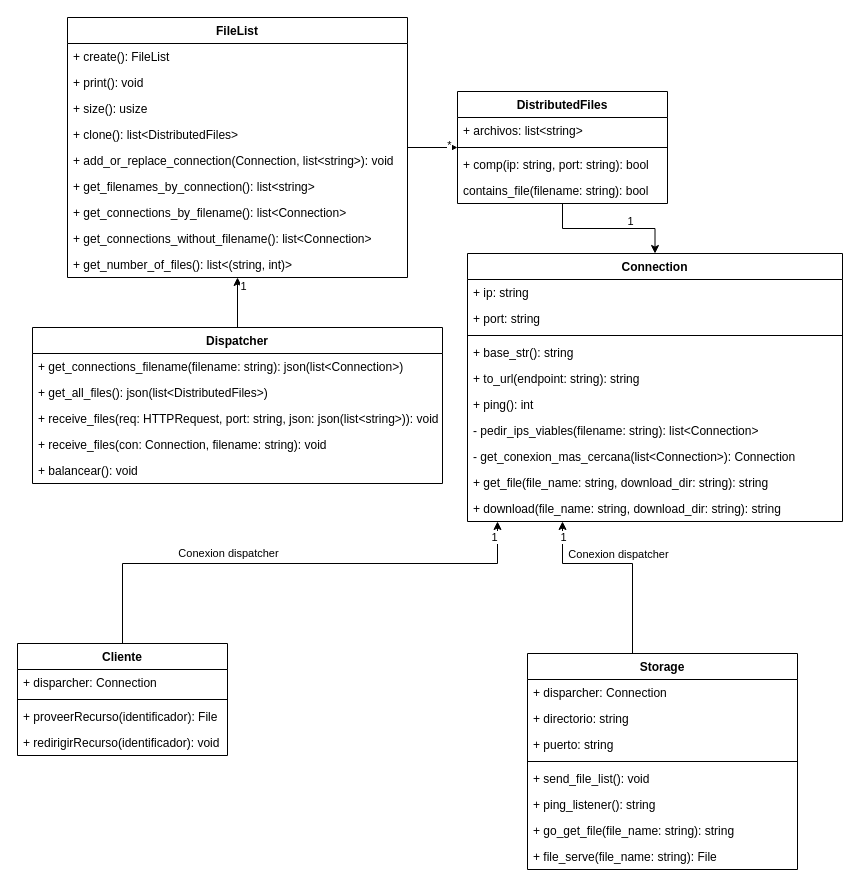
dhasane/gestor-informacion keeps this draw.io diagram as page "clases" (2 of 3) of diagramas/diagramas.drawio. Above is the earlier version. Source tidied: cells renumbered, new cells numbered last; positions are measured from the earlier drawing's top-left corner, leaving out a move shared by most shapes. Both pictures are drawn from the tidied source at 100%, with x=0, y=0 at pixel (17, 17).
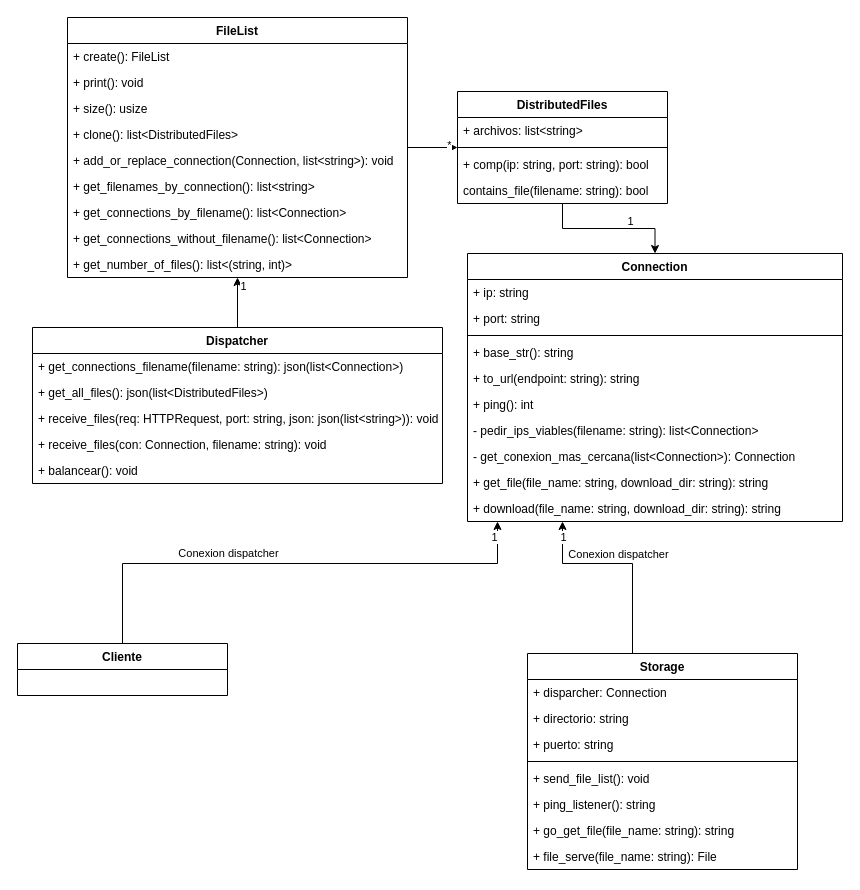
The same diagram, later.

Commit message:
Correccion diagrama

Change to the diagram source:
```diff
@@
     <mxCell id="25" value="Cliente" style="swimlane;fontStyle=1;align=center;verticalAlign=top;horizontal=1;startSize=26;" parent="1" vertex="1">
-      <mxGeometry y="626" width="210" height="112" as="geometry" />
+      <mxGeometry y="626" width="210" height="52" as="geometry" />
     </mxCell>
-    <mxCell id="26" value="+ disparcher: Connection" style="text;strokeColor=none;fillColor=none;align=left;verticalAlign=top;spacingLeft=4;spacingRight=4;overflow=hidden;" parent="25" vertex="1">
-      <mxGeometry y="26" width="210" height="26" as="geometry" />
-    </mxCell>
-    <mxCell id="27" style="line;strokeWidth=1;fillColor=none;align=left;verticalAlign=middle;spacingTop=-1;spacingLeft=3;spacingRight=3;labelPosition=right;" parent="25" vertex="1">
-      <mxGeometry y="52" width="210" height="8" as="geometry" />
-    </mxCell>
-    <mxCell id="28" value="+ proveerRecurso(identificador): File" style="text;strokeColor=none;fillColor=none;align=left;verticalAlign=top;spacingLeft=4;spacingRight=4;overflow=hidden;" parent="25" vertex="1">
-      <mxGeometry y="60" width="210" height="26" as="geometry" />
-    </mxCell>
-    <mxCell id="29" value="+ redirigirRecurso(identificador): void" style="text;strokeColor=none;fillColor=none;align=left;verticalAlign=top;spacingLeft=4;spacingRight=4;overflow=hidden;" parent="25" vertex="1">
-      <mxGeometry y="86" width="210" height="26" as="geometry" />
-    </mxCell>
```
